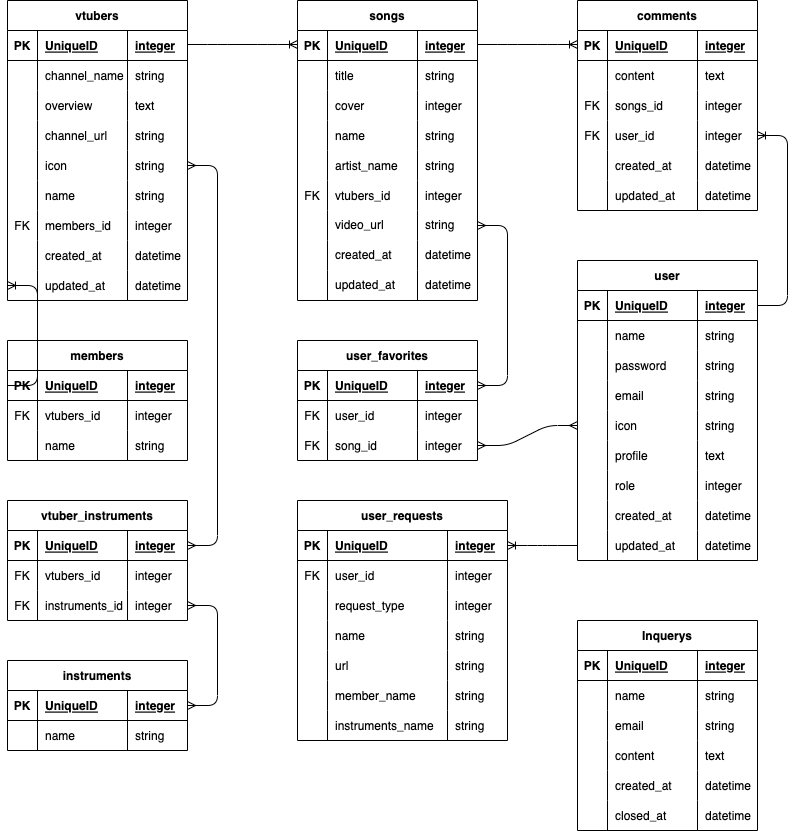
Earlier version of the draw.io export ER .png (dexias9024/vtuber_song_search). Source tidied: cells renumbered, new cells last; positions are measured from the earlier drawing's top-left corner, leaving out a move shared by most shapes.
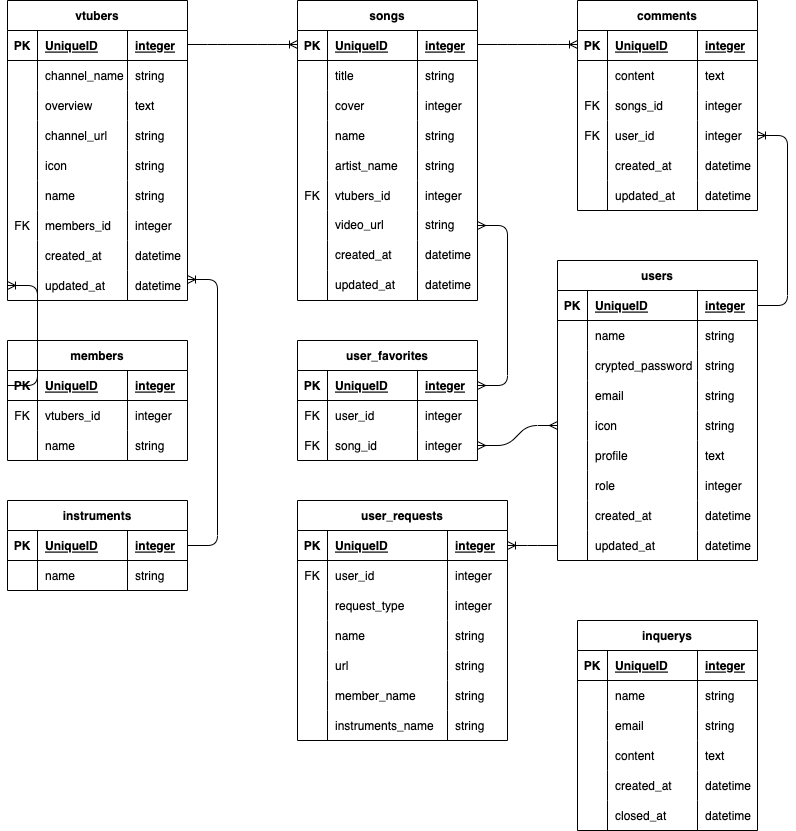
Later version of the same file.

The edit, as a diff of the source:
```diff
@@ -354,7 +354,7 @@
       </mxGeometry>
     </mxCell>
     <mxCell id="117" value="instruments" style="shape=table;startSize=30;rowLines=0;fontStyle=1;align=center;fillColor=none;" parent="1" vertex="1">
-      <mxGeometry y="660" width="180" height="90" as="geometry" />
+      <mxGeometry y="500" width="180" height="90" as="geometry" />
     </mxCell>
     <mxCell id="118" style="shape=tableRow;horizontal=0;startSize=0;swimlaneHead=0;swimlaneBody=0;fillColor=none;points=[[0,0.5],[1,0.5]];portConstraint=eastwest;top=0;left=0;right=0;bottom=1;" parent="117" vertex="1">
       <mxGeometry y="30" width="180" height="30" as="geometry" />
@@ -380,116 +380,116 @@
     <mxCell id="125" value="string" style="shape=partialRectangle;fillColor=none;top=0;left=0;bottom=0;right=0;align=left;spacingLeft=6;overflow=hidden;" parent="122" vertex="1">
       <mxGeometry x="120" width="60" height="30" as="geometry" />
     </mxCell>
-    <mxCell id="126" value="user" style="shape=table;startSize=30;rowLines=0;fontStyle=1;align=center;labelBorderColor=none;fillColor=none;" parent="1" vertex="1">
-      <mxGeometry x="570" y="260" width="180" height="300" as="geometry" />
+    <mxCell id="126" value="users" style="shape=table;startSize=30;rowLines=0;fontStyle=1;align=center;labelBorderColor=none;fillColor=none;" parent="1" vertex="1">
+      <mxGeometry x="550" y="260" width="200" height="300" as="geometry" />
     </mxCell>
     <mxCell id="127" style="shape=tableRow;horizontal=0;startSize=0;swimlaneHead=0;swimlaneBody=0;fillColor=none;points=[[0,0.5],[1,0.5]];portConstraint=eastwest;top=0;left=0;right=0;bottom=1;labelBorderColor=default;" parent="126" vertex="1">
-      <mxGeometry y="30" width="180" height="30" as="geometry" />
+      <mxGeometry y="30" width="200" height="30" as="geometry" />
     </mxCell>
     <mxCell id="128" value="PK" style="shape=partialRectangle;fillColor=none;top=0;left=0;bottom=0;right=0;fontStyle=1;overflow=hidden;labelBorderColor=none;" parent="127" vertex="1">
       <mxGeometry width="30" height="30" as="geometry" />
     </mxCell>
     <mxCell id="129" value="UniqueID" style="shape=partialRectangle;fillColor=none;top=0;left=0;bottom=0;right=0;align=left;spacingLeft=6;fontStyle=5;overflow=hidden;labelBorderColor=none;" parent="127" vertex="1">
-      <mxGeometry x="30" width="90" height="30" as="geometry" />
+      <mxGeometry x="30" width="110" height="30" as="geometry" />
     </mxCell>
     <mxCell id="130" value="integer" style="shape=partialRectangle;fillColor=none;top=0;left=0;bottom=0;right=0;align=left;spacingLeft=6;fontStyle=5;overflow=hidden;labelBorderColor=none;" parent="127" vertex="1">
-      <mxGeometry x="120" width="60" height="30" as="geometry" />
+      <mxGeometry x="140" width="60" height="30" as="geometry" />
     </mxCell>
     <mxCell id="131" style="shape=tableRow;horizontal=0;startSize=0;swimlaneHead=0;swimlaneBody=0;fillColor=none;top=0;left=0;right=0;bottom=0;labelBorderColor=default;" parent="126" vertex="1">
-      <mxGeometry y="60" width="180" height="30" as="geometry" />
+      <mxGeometry y="60" width="200" height="30" as="geometry" />
     </mxCell>
     <mxCell id="132" style="shape=partialRectangle;fillColor=none;top=0;left=0;bottom=0;right=0;overflow=hidden;labelBorderColor=default;" parent="131" vertex="1">
       <mxGeometry width="30" height="30" as="geometry" />
     </mxCell>
     <mxCell id="133" value="name" style="shape=partialRectangle;fillColor=none;top=0;left=0;bottom=0;right=0;align=left;spacingLeft=6;overflow=hidden;labelBorderColor=none;" parent="131" vertex="1">
-      <mxGeometry x="30" width="90" height="30" as="geometry" />
+      <mxGeometry x="30" width="110" height="30" as="geometry" />
     </mxCell>
     <mxCell id="134" value="string" style="shape=partialRectangle;fillColor=none;top=0;left=0;bottom=0;right=0;align=left;spacingLeft=6;overflow=hidden;labelBorderColor=none;" parent="131" vertex="1">
-      <mxGeometry x="120" width="60" height="30" as="geometry" />
+      <mxGeometry x="140" width="60" height="30" as="geometry" />
     </mxCell>
     <mxCell id="135" style="shape=tableRow;horizontal=0;startSize=0;swimlaneHead=0;swimlaneBody=0;fillColor=none;top=0;left=0;right=0;bottom=0;labelBorderColor=default;" parent="126" vertex="1">
-      <mxGeometry y="90" width="180" height="30" as="geometry" />
+      <mxGeometry y="90" width="200" height="30" as="geometry" />
     </mxCell>
     <mxCell id="136" style="shape=partialRectangle;fillColor=none;top=0;left=0;bottom=0;right=0;overflow=hidden;labelBorderColor=default;" parent="135" vertex="1">
       <mxGeometry width="30" height="30" as="geometry" />
     </mxCell>
-    <mxCell id="137" value="password" style="shape=partialRectangle;fillColor=none;top=0;left=0;bottom=0;right=0;align=left;spacingLeft=6;overflow=hidden;labelBorderColor=none;" parent="135" vertex="1">
-      <mxGeometry x="30" width="90" height="30" as="geometry" />
+    <mxCell id="137" value="crypted_password" style="shape=partialRectangle;fillColor=none;top=0;left=0;bottom=0;right=0;align=left;spacingLeft=6;overflow=hidden;labelBorderColor=none;" parent="135" vertex="1">
+      <mxGeometry x="30" width="110" height="30" as="geometry" />
     </mxCell>
     <mxCell id="138" value="string" style="shape=partialRectangle;fillColor=none;top=0;left=0;bottom=0;right=0;align=left;spacingLeft=6;overflow=hidden;labelBorderColor=none;" parent="135" vertex="1">
-      <mxGeometry x="120" width="60" height="30" as="geometry" />
+      <mxGeometry x="140" width="60" height="30" as="geometry" />
     </mxCell>
     <mxCell id="139" style="shape=tableRow;horizontal=0;startSize=0;swimlaneHead=0;swimlaneBody=0;fillColor=none;top=0;left=0;right=0;bottom=0;labelBorderColor=default;" parent="126" vertex="1">
-      <mxGeometry y="120" width="180" height="30" as="geometry" />
+      <mxGeometry y="120" width="200" height="30" as="geometry" />
     </mxCell>
     <mxCell id="140" style="shape=partialRectangle;fillColor=none;top=0;left=0;bottom=0;right=0;overflow=hidden;labelBorderColor=default;" parent="139" vertex="1">
       <mxGeometry width="30" height="30" as="geometry" />
     </mxCell>
     <mxCell id="141" value="email" style="shape=partialRectangle;fillColor=none;top=0;left=0;bottom=0;right=0;align=left;spacingLeft=6;overflow=hidden;labelBorderColor=none;" parent="139" vertex="1">
-      <mxGeometry x="30" width="90" height="30" as="geometry" />
+      <mxGeometry x="30" width="110" height="30" as="geometry" />
     </mxCell>
     <mxCell id="142" value="string" style="shape=partialRectangle;fillColor=none;top=0;left=0;bottom=0;right=0;align=left;spacingLeft=6;overflow=hidden;labelBorderColor=none;" parent="139" vertex="1">
-      <mxGeometry x="120" width="60" height="30" as="geometry" />
+      <mxGeometry x="140" width="60" height="30" as="geometry" />
     </mxCell>
     <mxCell id="143" style="shape=tableRow;horizontal=0;startSize=0;swimlaneHead=0;swimlaneBody=0;fillColor=none;points=[[0,0.5],[1,0.5]];portConstraint=eastwest;top=0;left=0;right=0;bottom=0;labelBorderColor=default;" parent="126" vertex="1">
-      <mxGeometry y="150" width="180" height="30" as="geometry" />
+      <mxGeometry y="150" width="200" height="30" as="geometry" />
     </mxCell>
     <mxCell id="144" style="shape=partialRectangle;fillColor=none;top=0;left=0;bottom=0;right=0;overflow=hidden;labelBorderColor=default;" parent="143" vertex="1">
       <mxGeometry width="30" height="30" as="geometry" />
     </mxCell>
     <mxCell id="145" value="icon" style="shape=partialRectangle;fillColor=none;top=0;left=0;bottom=0;right=0;align=left;spacingLeft=6;overflow=hidden;labelBorderColor=none;" parent="143" vertex="1">
-      <mxGeometry x="30" width="90" height="30" as="geometry" />
+      <mxGeometry x="30" width="110" height="30" as="geometry" />
     </mxCell>
     <mxCell id="146" value="string" style="shape=partialRectangle;fillColor=none;top=0;left=0;bottom=0;right=0;align=left;spacingLeft=6;overflow=hidden;labelBorderColor=none;" parent="143" vertex="1">
-      <mxGeometry x="120" width="60" height="30" as="geometry" />
+      <mxGeometry x="140" width="60" height="30" as="geometry" />
     </mxCell>
     <mxCell id="147" style="shape=tableRow;horizontal=0;startSize=0;swimlaneHead=0;swimlaneBody=0;fillColor=none;top=0;left=0;right=0;bottom=0;labelBorderColor=default;" parent="126" vertex="1">
-      <mxGeometry y="180" width="180" height="30" as="geometry" />
+      <mxGeometry y="180" width="200" height="30" as="geometry" />
     </mxCell>
     <mxCell id="148" style="shape=partialRectangle;fillColor=none;top=0;left=0;bottom=0;right=0;overflow=hidden;labelBorderColor=default;" parent="147" vertex="1">
       <mxGeometry width="30" height="30" as="geometry" />
     </mxCell>
     <mxCell id="149" value="profile" style="shape=partialRectangle;fillColor=none;top=0;left=0;bottom=0;right=0;align=left;spacingLeft=6;overflow=hidden;labelBorderColor=none;" parent="147" vertex="1">
-      <mxGeometry x="30" width="90" height="30" as="geometry" />
+      <mxGeometry x="30" width="110" height="30" as="geometry" />
     </mxCell>
     <mxCell id="150" value="text" style="shape=partialRectangle;fillColor=none;top=0;left=0;bottom=0;right=0;align=left;spacingLeft=6;overflow=hidden;labelBorderColor=none;" parent="147" vertex="1">
-      <mxGeometry x="120" width="60" height="30" as="geometry" />
+      <mxGeometry x="140" width="60" height="30" as="geometry" />
     </mxCell>
     <mxCell id="151" style="shape=tableRow;horizontal=0;startSize=0;swimlaneHead=0;swimlaneBody=0;fillColor=none;top=0;left=0;right=0;bottom=0;labelBorderColor=default;" parent="126" vertex="1">
-      <mxGeometry y="210" width="180" height="30" as="geometry" />
+      <mxGeometry y="210" width="200" height="30" as="geometry" />
     </mxCell>
     <mxCell id="152" style="shape=partialRectangle;fillColor=none;top=0;left=0;bottom=0;right=0;overflow=hidden;labelBorderColor=default;" parent="151" vertex="1">
       <mxGeometry width="30" height="30" as="geometry" />
     </mxCell>
     <mxCell id="153" value="role" style="shape=partialRectangle;fillColor=none;top=0;left=0;bottom=0;right=0;align=left;spacingLeft=6;overflow=hidden;labelBorderColor=none;" parent="151" vertex="1">
-      <mxGeometry x="30" width="90" height="30" as="geometry" />
+      <mxGeometry x="30" width="110" height="30" as="geometry" />
     </mxCell>
     <mxCell id="154" value="integer" style="shape=partialRectangle;fillColor=none;top=0;left=0;bottom=0;right=0;align=left;spacingLeft=6;overflow=hidden;labelBorderColor=none;" parent="151" vertex="1">
-      <mxGeometry x="120" width="60" height="30" as="geometry" />
+      <mxGeometry x="140" width="60" height="30" as="geometry" />
     </mxCell>
     <mxCell id="155" style="shape=tableRow;horizontal=0;startSize=0;swimlaneHead=0;swimlaneBody=0;fillColor=none;top=0;left=0;right=0;bottom=0;labelBorderColor=default;" parent="126" vertex="1">
-      <mxGeometry y="240" width="180" height="30" as="geometry" />
+      <mxGeometry y="240" width="200" height="30" as="geometry" />
     </mxCell>
     <mxCell id="156" style="shape=partialRectangle;fillColor=none;top=0;left=0;bottom=0;right=0;overflow=hidden;labelBorderColor=default;" parent="155" vertex="1">
       <mxGeometry width="30" height="30" as="geometry" />
     </mxCell>
     <mxCell id="157" value="created_at" style="shape=partialRectangle;fillColor=none;top=0;left=0;bottom=0;right=0;align=left;spacingLeft=6;overflow=hidden;labelBorderColor=none;" parent="155" vertex="1">
-      <mxGeometry x="30" width="90" height="30" as="geometry" />
+      <mxGeometry x="30" width="110" height="30" as="geometry" />
     </mxCell>
     <mxCell id="158" value="datetime" style="shape=partialRectangle;fillColor=none;top=0;left=0;bottom=0;right=0;align=left;spacingLeft=6;overflow=hidden;labelBorderColor=none;" parent="155" vertex="1">
-      <mxGeometry x="120" width="60" height="30" as="geometry" />
+      <mxGeometry x="140" width="60" height="30" as="geometry" />
     </mxCell>
     <mxCell id="159" style="shape=tableRow;horizontal=0;startSize=0;swimlaneHead=0;swimlaneBody=0;fillColor=none;points=[[0,0.5],[1,0.5]];portConstraint=eastwest;top=0;left=0;right=0;bottom=0;labelBorderColor=default;" parent="126" vertex="1">
-      <mxGeometry y="270" width="180" height="30" as="geometry" />
+      <mxGeometry y="270" width="200" height="30" as="geometry" />
     </mxCell>
     <mxCell id="160" style="shape=partialRectangle;fillColor=none;top=0;left=0;bottom=0;right=0;overflow=hidden;labelBorderColor=default;" parent="159" vertex="1">
       <mxGeometry width="30" height="30" as="geometry" />
     </mxCell>
     <mxCell id="161" value="updated_at" style="shape=partialRectangle;fillColor=none;top=0;left=0;bottom=0;right=0;align=left;spacingLeft=6;overflow=hidden;labelBorderColor=none;" parent="159" vertex="1">
-      <mxGeometry x="30" width="90" height="30" as="geometry" />
+      <mxGeometry x="30" width="110" height="30" as="geometry" />
     </mxCell>
     <mxCell id="162" value="datetime" style="shape=partialRectangle;fillColor=none;top=0;left=0;bottom=0;right=0;align=left;spacingLeft=6;overflow=hidden;labelBorderColor=none;" parent="159" vertex="1">
-      <mxGeometry x="120" width="60" height="30" as="geometry" />
+      <mxGeometry x="140" width="60" height="30" as="geometry" />
     </mxCell>
     <mxCell id="163" value="user_requests" style="shape=table;startSize=30;rowLines=0;fontStyle=1;align=center;labelBorderColor=none;fillColor=none;" parent="1" vertex="1">
       <mxGeometry x="290" y="500" width="210" height="240" as="geometry" />
@@ -629,52 +629,7 @@
     <mxCell id="208" style="edgeStyle=entityRelationEdgeStyle;fontSize=12;html=1;endArrow=ERmany;startArrow=ERmany;exitX=1;exitY=0.5;exitDx=0;exitDy=0;entryX=0;entryY=0.5;entryDx=0;entryDy=0;" parent="1" edge="1" source="203" target="143">
       <mxGeometry relative="1" as="geometry" />
     </mxCell>
-    <mxCell id="209" value="vtuber_instruments" style="shape=table;startSize=30;rowLines=0;fontStyle=1;align=center;fillColor=none;" parent="1" vertex="1">
-      <mxGeometry y="500" width="180" height="120" as="geometry" />
-    </mxCell>
-    <mxCell id="210" style="shape=tableRow;horizontal=0;startSize=0;swimlaneHead=0;swimlaneBody=0;fillColor=none;points=[[0,0.5],[1,0.5]];portConstraint=eastwest;top=0;left=0;right=0;bottom=1;" parent="209" vertex="1">
-      <mxGeometry y="30" width="180" height="30" as="geometry" />
-    </mxCell>
-    <mxCell id="211" value="PK" style="shape=partialRectangle;fillColor=none;top=0;left=0;bottom=0;right=0;fontStyle=1;overflow=hidden;" parent="210" vertex="1">
-      <mxGeometry width="30" height="30" as="geometry" />
-    </mxCell>
-    <mxCell id="212" value="UniqueID" style="shape=partialRectangle;fillColor=none;top=0;left=0;bottom=0;right=0;align=left;spacingLeft=6;fontStyle=5;overflow=hidden;" parent="210" vertex="1">
-      <mxGeometry x="30" width="90" height="30" as="geometry" />
-    </mxCell>
-    <mxCell id="213" value="integer" style="shape=partialRectangle;fillColor=none;top=0;left=0;bottom=0;right=0;align=left;spacingLeft=6;fontStyle=5;overflow=hidden;" parent="210" vertex="1">
-      <mxGeometry x="120" width="60" height="30" as="geometry" />
-    </mxCell>
-    <mxCell id="214" style="shape=tableRow;horizontal=0;startSize=0;swimlaneHead=0;swimlaneBody=0;fillColor=none;top=0;left=0;right=0;bottom=0;" parent="209" vertex="1">
-      <mxGeometry y="60" width="180" height="30" as="geometry" />
-    </mxCell>
-    <mxCell id="215" value="FK" style="shape=partialRectangle;fillColor=none;top=0;left=0;bottom=0;right=0;overflow=hidden;" parent="214" vertex="1">
-      <mxGeometry width="30" height="30" as="geometry" />
-    </mxCell>
-    <mxCell id="216" value="vtubers_id" style="shape=partialRectangle;fillColor=none;top=0;left=0;bottom=0;right=0;align=left;spacingLeft=6;overflow=hidden;" parent="214" vertex="1">
-      <mxGeometry x="30" width="90" height="30" as="geometry" />
-    </mxCell>
-    <mxCell id="217" value="integer" style="shape=partialRectangle;fillColor=none;top=0;left=0;bottom=0;right=0;align=left;spacingLeft=6;overflow=hidden;" parent="214" vertex="1">
-      <mxGeometry x="120" width="60" height="30" as="geometry" />
-    </mxCell>
-    <mxCell id="218" style="shape=tableRow;horizontal=0;startSize=0;swimlaneHead=0;swimlaneBody=0;fillColor=none;points=[[0,0.5],[1,0.5]];portConstraint=eastwest;top=0;left=0;right=0;bottom=0;" parent="209" vertex="1">
-      <mxGeometry y="90" width="180" height="30" as="geometry" />
-    </mxCell>
-    <mxCell id="219" value="FK" style="shape=partialRectangle;fillColor=none;top=0;left=0;bottom=0;right=0;overflow=hidden;" parent="218" vertex="1">
-      <mxGeometry width="30" height="30" as="geometry" />
-    </mxCell>
-    <mxCell id="220" value="instruments_id" style="shape=partialRectangle;fillColor=none;top=0;left=0;bottom=0;right=0;align=left;spacingLeft=6;overflow=hidden;" parent="218" vertex="1">
-      <mxGeometry x="30" width="90" height="30" as="geometry" />
-    </mxCell>
-    <mxCell id="221" value="integer" style="shape=partialRectangle;fillColor=none;top=0;left=0;bottom=0;right=0;align=left;spacingLeft=6;overflow=hidden;" parent="218" vertex="1">
-      <mxGeometry x="120" width="60" height="30" as="geometry" />
-    </mxCell>
-    <mxCell id="222" style="edgeStyle=entityRelationEdgeStyle;fontSize=12;html=1;endArrow=ERmany;startArrow=ERmany;exitX=1;exitY=0.5;exitDx=0;exitDy=0;entryX=1;entryY=0.5;entryDx=0;entryDy=0;" parent="1" edge="1" source="118" target="218">
-      <mxGeometry relative="1" as="geometry" />
-    </mxCell>
-    <mxCell id="223" style="edgeStyle=entityRelationEdgeStyle;fontSize=12;html=1;endArrow=ERmany;startArrow=ERmany;exitX=1;exitY=0.5;exitDx=0;exitDy=0;entryX=1;entryY=0.5;entryDx=0;entryDy=0;" parent="1" edge="1" source="210" target="19">
-      <mxGeometry relative="1" as="geometry" />
-    </mxCell>
-    <mxCell id="224" value="Inquerys" style="shape=table;startSize=30;rowLines=0;fontStyle=1;align=center;shadow=0;labelBorderColor=none;strokeWidth=1;fillColor=none;" parent="1" vertex="1">
+    <mxCell id="224" value="inquerys" style="shape=table;startSize=30;rowLines=0;fontStyle=1;align=center;shadow=0;labelBorderColor=none;strokeWidth=1;fillColor=none;" parent="1" vertex="1">
       <mxGeometry x="570" y="620" width="180" height="210" as="geometry" />
     </mxCell>
     <mxCell id="225" style="shape=tableRow;horizontal=0;startSize=0;swimlaneHead=0;swimlaneBody=0;top=0;left=0;right=0;bottom=1;shadow=0;labelBorderColor=none;strokeWidth=1;fillColor=none;" parent="224" vertex="1">
@@ -749,5 +704,8 @@
     <mxCell id="248" value="datetime" style="shape=partialRectangle;top=0;left=0;bottom=0;right=0;align=left;spacingLeft=6;overflow=hidden;shadow=0;labelBorderColor=none;strokeWidth=1;fillColor=none;" parent="245" vertex="1">
       <mxGeometry x="120" width="60" height="30" as="geometry" />
     </mxCell>
+    <mxCell id="249" style="edgeStyle=entityRelationEdgeStyle;fontSize=12;html=1;endArrow=ERoneToMany;exitX=1;exitY=0.5;exitDx=0;exitDy=0;entryX=1;entryY=0.3;entryDx=0;entryDy=0;entryPerimeter=0;" parent="1" edge="1" source="118" target="35">
+      <mxGeometry relative="1" as="geometry" />
+    </mxCell>
   </root>
 </mxGraphModel>
```
